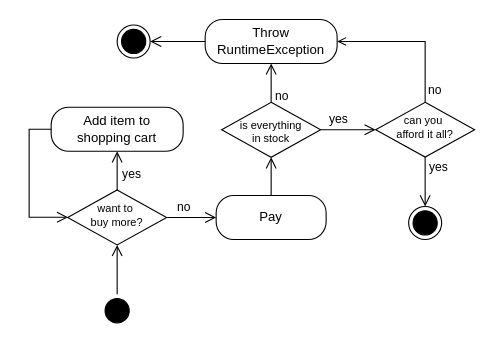
TheisHS/Thesis keeps this draw.io diagram as page "activity" (2 of 4) of java-src/Experiment2/img/UML-diagrams.drawio. Above is the earlier version. Source tidied: cells renumbered, new cells numbered last; positions are measured from the earlier drawing's top-left corner, leaving out a move shared by most shapes. Both pictures are drawn from the tidied source at 110%, with x=0, y=0 at pixel (29, 19).
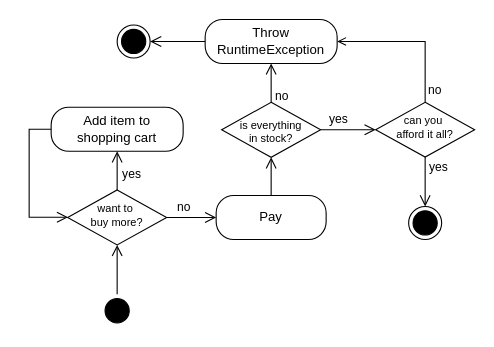
Above is the later version.

Diff of the diagram source:
```diff
@@
-    <mxCell id="7" value="is everything&lt;div&gt;in stock&lt;/div&gt;" style="rhombus;whiteSpace=wrap;html=1;fillColor=none;strokeColor=#000000;hachureGap=4;fontFamily=Helvetica;fontSize=10;spacingTop=2;" parent="1" vertex="1">
+    <mxCell id="7" value="is everything&lt;div&gt;in stock?&lt;/div&gt;" style="rhombus;whiteSpace=wrap;html=1;fillColor=none;strokeColor=#000000;hachureGap=4;fontFamily=Helvetica;fontSize=10;spacingTop=2;" parent="1" vertex="1">
       <mxGeometry x="175" y="75.5" width="90" height="50" as="geometry" />
     </mxCell>
```
